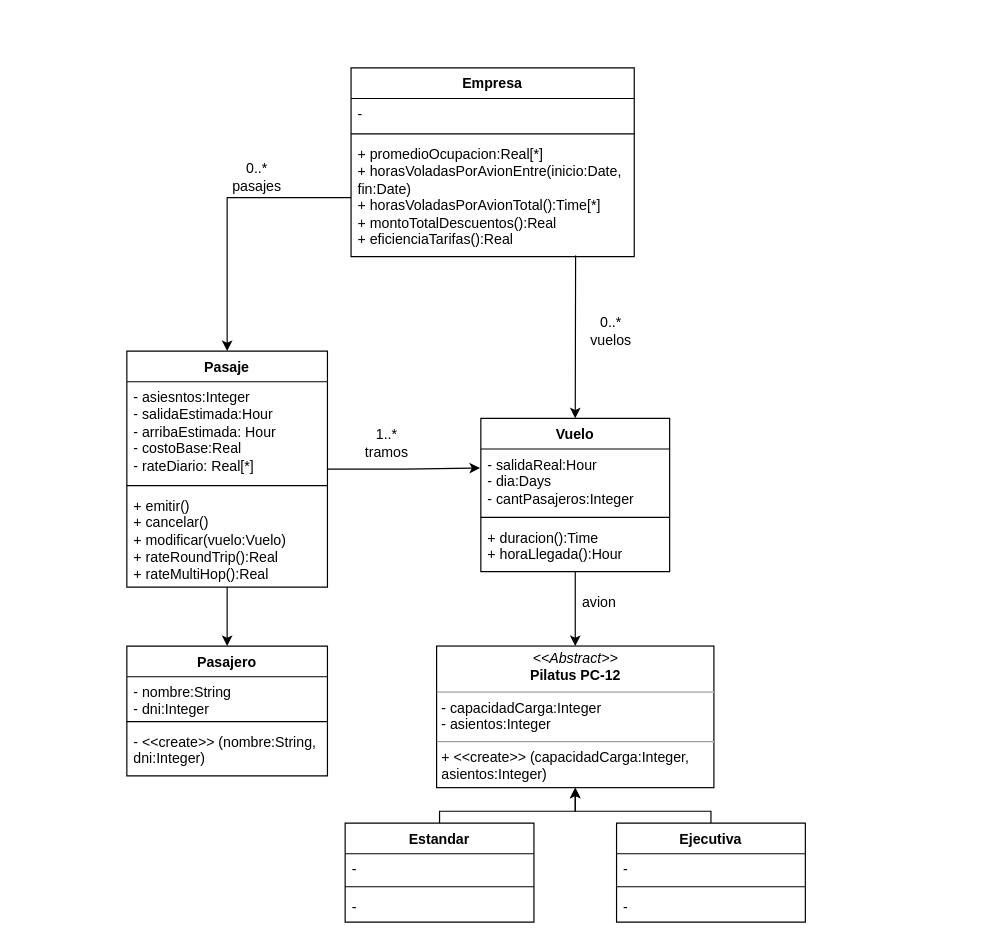
This is page "A" (1 of 3) of Patrones/Ejercicio23/Aerolínea Regional.drawio from Ruyy7/OO2, a draw.io file, before an edit. Source tidied: cells renumbered, new cells numbered last; positions are measured from the earlier drawing's top-left corner, leaving out a move shared by most shapes. Both pictures are drawn from the tidied source at 118%, with x=0, y=0 at pixel (126, 67).
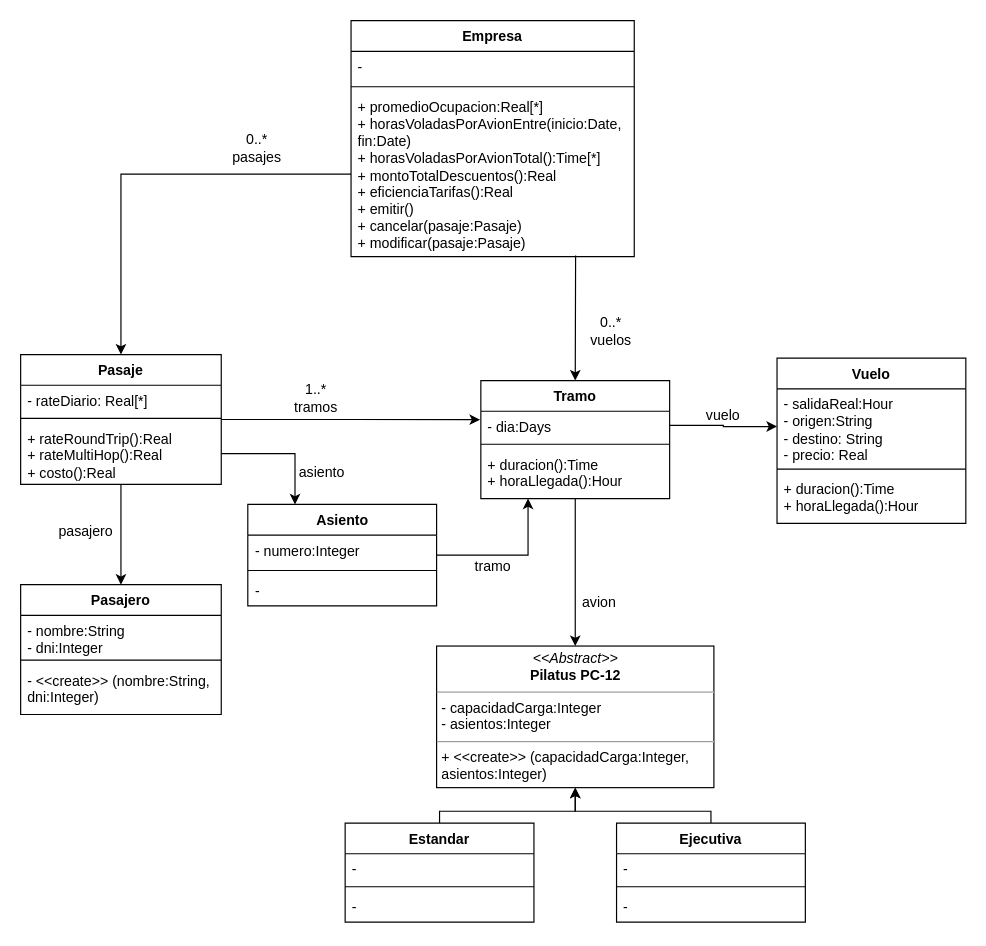
The same diagram, later.

What changed in the source:
```diff
@@
     <mxCell id="2" value="Pasajero" style="swimlane;fontStyle=1;align=center;verticalAlign=top;horizontal=1;startSize=26;whiteSpace=wrap;html=1;" parent="1" vertex="1">
-      <mxGeometry y="490" width="170" height="110" as="geometry" />
+      <mxGeometry x="-90" y="438" width="170" height="110" as="geometry" />
     </mxCell>
@@
     <mxCell id="7" value="Pasaje" style="swimlane;fontStyle=1;align=center;verticalAlign=top;horizontal=1;startSize=26;whiteSpace=wrap;html=1;" parent="1" vertex="1">
-      <mxGeometry y="240" width="170" height="200" as="geometry" />
+      <mxGeometry x="-90" y="243" width="170" height="110" as="geometry" />
     </mxCell>
-    <mxCell id="8" value="- asiesntos:Integer&lt;br&gt;- salidaEstimada:Hour&lt;br&gt;- arribaEstimada: Hour&lt;br&gt;- costoBase:Real&lt;br&gt;- rateDiario: Real[*]" style="text;strokeColor=none;fillColor=none;align=left;verticalAlign=top;spacingLeft=4;spacingRight=4;overflow=hidden;whiteSpace=wrap;html=1;" parent="7" vertex="1">
-      <mxGeometry y="26" width="170" height="84" as="geometry" />
+    <mxCell id="8" value="- rateDiario: Real[*]" style="text;strokeColor=none;fillColor=none;align=left;verticalAlign=top;spacingLeft=4;spacingRight=4;overflow=hidden;whiteSpace=wrap;html=1;" parent="7" vertex="1">
+      <mxGeometry y="26" width="170" height="24" as="geometry" />
     </mxCell>
     <mxCell id="9" style="line;strokeWidth=1;fillColor=none;align=left;verticalAlign=middle;spacingTop=-1;spacingLeft=3;spacingRight=3;labelPosition=right;strokeColor=inherit;" parent="7" vertex="1">
-      <mxGeometry y="110" width="170" height="8" as="geometry" />
+      <mxGeometry y="50" width="170" height="8" as="geometry" />
     </mxCell>
-    <mxCell id="10" value="+ emitir()&lt;br&gt;+ cancelar()&lt;br&gt;+ modificar(vuelo:Vuelo)&lt;br&gt;+ rateRoundTrip():Real&lt;br&gt;+ rateMultiHop():Real" style="text;strokeColor=none;fillColor=none;align=left;verticalAlign=top;spacingLeft=4;spacingRight=4;overflow=hidden;points=[[0,0.5],[1,0.5]];portConstraint=eastwest;whiteSpace=wrap;html=1;" parent="7" vertex="1">
-      <mxGeometry y="118" width="170" height="82" as="geometry" />
+    <mxCell id="10" value="+ rateRoundTrip():Real&lt;br&gt;+ rateMultiHop():Real&lt;div&gt;+ costo():Real&lt;/div&gt;" style="text;strokeColor=none;fillColor=none;align=left;verticalAlign=top;spacingLeft=4;spacingRight=4;overflow=hidden;points=[[0,0.5],[1,0.5]];portConstraint=eastwest;whiteSpace=wrap;html=1;" parent="7" vertex="1">
+      <mxGeometry y="58" width="170" height="52" as="geometry" />
     </mxCell>
@@
-    <mxCell id="12" value="Vuelo" style="swimlane;fontStyle=1;align=center;verticalAlign=top;horizontal=1;startSize=26;whiteSpace=wrap;html=1;" parent="1" vertex="1">
-      <mxGeometry x="300" y="297" width="160" height="130" as="geometry" />
+    <mxCell id="12" value="Tramo" style="swimlane;fontStyle=1;align=center;verticalAlign=top;horizontal=1;startSize=26;whiteSpace=wrap;html=1;" parent="1" vertex="1">
+      <mxGeometry x="300" y="265" width="160" height="100" as="geometry" />
     </mxCell>
-    <mxCell id="13" value="- salidaReal:Hour&lt;br&gt;- dia:Days&lt;br&gt;- cantPasajeros:Integer" style="text;strokeColor=none;fillColor=none;align=left;verticalAlign=top;spacingLeft=4;spacingRight=4;overflow=hidden;points=[[0,0.5],[1,0.5]];portConstraint=eastwest;whiteSpace=wrap;html=1;" parent="12" vertex="1">
-      <mxGeometry y="26" width="160" height="54" as="geometry" />
+    <mxCell id="13" value="- dia:Days" style="text;strokeColor=none;fillColor=none;align=left;verticalAlign=top;spacingLeft=4;spacingRight=4;overflow=hidden;points=[[0,0.5],[1,0.5]];portConstraint=eastwest;whiteSpace=wrap;html=1;" parent="12" vertex="1">
+      <mxGeometry y="26" width="160" height="24" as="geometry" />
     </mxCell>
     <mxCell id="14" style="line;strokeWidth=1;fillColor=none;align=left;verticalAlign=middle;spacingTop=-1;spacingLeft=3;spacingRight=3;labelPosition=right;strokeColor=inherit;" parent="12" vertex="1">
-      <mxGeometry y="80" width="160" height="8" as="geometry" />
+      <mxGeometry y="50" width="160" height="8" as="geometry" />
     </mxCell>
     <mxCell id="15" value="+ duracion():Time&lt;br&gt;+ horaLlegada():Hour" style="text;strokeColor=none;fillColor=none;align=left;verticalAlign=top;spacingLeft=4;spacingRight=4;overflow=hidden;whiteSpace=wrap;html=1;" parent="12" vertex="1">
-      <mxGeometry y="88" width="160" height="42" as="geometry" />
+      <mxGeometry y="58" width="160" height="42" as="geometry" />
     </mxCell>
@@
     <mxCell id="17" value="1..*&lt;br&gt;tramos" style="text;html=1;align=center;verticalAlign=middle;strokeColor=none;fillColor=none;" parent="1" vertex="1">
-      <mxGeometry x="190" y="298" width="60" height="40" as="geometry" />
+      <mxGeometry x="130" y="260" width="60" height="40" as="geometry" />
     </mxCell>
@@
     <mxCell id="30" value="Empresa" style="swimlane;fontStyle=1;align=center;verticalAlign=top;horizontal=1;startSize=26;whiteSpace=wrap;html=1;" parent="1" vertex="1">
-      <mxGeometry x="190" width="240" height="160" as="geometry" />
+      <mxGeometry x="190" y="-40" width="240" height="200" as="geometry" />
     </mxCell>
@@
-    <mxCell id="33" value="+ promedioOcupacion:Real[*]&lt;br&gt;+ horasVoladasPorAvionEntre(inicio:Date, fin:Date)&lt;br&gt;+ horasVoladasPorAvionTotal():Time[*]&lt;br&gt;+ montoTotalDescuentos():Real&lt;br&gt;+ eficienciaTarifas():Real" style="text;strokeColor=none;fillColor=none;align=left;verticalAlign=top;spacingLeft=4;spacingRight=4;overflow=hidden;points=[[0,0.5],[1,0.5]];portConstraint=eastwest;whiteSpace=wrap;html=1;" parent="30" vertex="1">
-      <mxGeometry y="60" width="240" height="100" as="geometry" />
+    <mxCell id="33" value="+ promedioOcupacion:Real[*]&lt;br&gt;+ horasVoladasPorAvionEntre(inicio:Date, fin:Date)&lt;br&gt;+ horasVoladasPorAvionTotal():Time[*]&lt;br&gt;+ montoTotalDescuentos():Real&lt;br&gt;+ eficienciaTarifas():Real&lt;div&gt;+ emitir()&lt;br&gt;+ cancelar(pasaje:Pasaje)&lt;br&gt;+ modificar(pasaje:Pasaje)&lt;br&gt;&lt;/div&gt;" style="text;strokeColor=none;fillColor=none;align=left;verticalAlign=top;spacingLeft=4;spacingRight=4;overflow=hidden;points=[[0,0.5],[1,0.5]];portConstraint=eastwest;whiteSpace=wrap;html=1;" parent="30" vertex="1">
+      <mxGeometry y="60" width="240" height="140" as="geometry" />
     </mxCell>
@@
     <mxCell id="37" value="0..*&lt;br&gt;pasajes" style="text;html=1;align=center;verticalAlign=middle;strokeColor=none;fillColor=none;" parent="1" vertex="1">
-      <mxGeometry x="80" y="73" width="60" height="40" as="geometry" />
+      <mxGeometry x="80" y="48" width="60" height="40" as="geometry" />
     </mxCell>
+    <mxCell id="38" value="Vuelo" style="swimlane;fontStyle=1;align=center;verticalAlign=top;horizontal=1;startSize=26;whiteSpace=wrap;html=1;" parent="1" vertex="1">
+      <mxGeometry x="551" y="246" width="160" height="140" as="geometry" />
+    </mxCell>
+    <mxCell id="39" value="- salidaReal:Hour&lt;br&gt;&lt;div&gt;- origen:String&lt;/div&gt;&lt;div&gt;- destino: String&lt;/div&gt;&lt;div&gt;- precio: Real&lt;/div&gt;" style="text;strokeColor=none;fillColor=none;align=left;verticalAlign=top;spacingLeft=4;spacingRight=4;overflow=hidden;points=[[0,0.5],[1,0.5]];portConstraint=eastwest;whiteSpace=wrap;html=1;" parent="38" vertex="1">
+      <mxGeometry y="26" width="160" height="64" as="geometry" />
+    </mxCell>
+    <mxCell id="40" style="line;strokeWidth=1;fillColor=none;align=left;verticalAlign=middle;spacingTop=-1;spacingLeft=3;spacingRight=3;labelPosition=right;strokeColor=inherit;" parent="38" vertex="1">
+      <mxGeometry y="90" width="160" height="8" as="geometry" />
+    </mxCell>
+    <mxCell id="41" value="+ duracion():Time&lt;br&gt;+ horaLlegada():Hour" style="text;strokeColor=none;fillColor=none;align=left;verticalAlign=top;spacingLeft=4;spacingRight=4;overflow=hidden;whiteSpace=wrap;html=1;" parent="38" vertex="1">
+      <mxGeometry y="98" width="160" height="42" as="geometry" />
+    </mxCell>
+    <mxCell id="42" style="edgeStyle=orthogonalEdgeStyle;rounded=0;jettySize=auto;html=1;entryX=0;entryY=0.5;entryDx=0;entryDy=0;" parent="1" edge="1" source="13" target="39">
+      <mxGeometry relative="1" as="geometry" />
+    </mxCell>
+    <mxCell id="43" style="edgeStyle=orthogonalEdgeStyle;rounded=0;jettySize=auto;html=1;entryX=0.25;entryY=1;entryDx=0;entryDy=0;" parent="1" edge="1" source="44" target="12">
+      <mxGeometry relative="1" as="geometry" />
+    </mxCell>
+    <mxCell id="44" value="Asiento" style="swimlane;fontStyle=1;align=center;verticalAlign=top;horizontal=1;startSize=26;whiteSpace=wrap;html=1;" parent="1" vertex="1">
+      <mxGeometry x="102.5" y="370" width="160" height="86" as="geometry" />
+    </mxCell>
+    <mxCell id="45" value="- numero:Integer" style="text;strokeColor=none;fillColor=none;align=left;verticalAlign=top;spacingLeft=4;spacingRight=4;overflow=hidden;whiteSpace=wrap;html=1;" parent="44" vertex="1">
+      <mxGeometry y="26" width="160" height="26" as="geometry" />
+    </mxCell>
+    <mxCell id="46" style="line;strokeWidth=1;fillColor=none;align=left;verticalAlign=middle;spacingTop=-1;spacingLeft=3;spacingRight=3;labelPosition=right;strokeColor=inherit;" parent="44" vertex="1">
+      <mxGeometry y="52" width="160" height="8" as="geometry" />
+    </mxCell>
+    <mxCell id="47" value="-" style="text;strokeColor=none;fillColor=none;align=left;verticalAlign=top;spacingLeft=4;spacingRight=4;overflow=hidden;whiteSpace=wrap;html=1;" parent="44" vertex="1">
+      <mxGeometry y="60" width="160" height="26" as="geometry" />
+    </mxCell>
+    <mxCell id="48" style="edgeStyle=orthogonalEdgeStyle;rounded=0;jettySize=auto;html=1;entryX=0.25;entryY=0;entryDx=0;entryDy=0;" parent="1" edge="1" source="10" target="44">
+      <mxGeometry relative="1" as="geometry" />
+    </mxCell>
+    <mxCell id="49" value="asiento" style="text;html=1;align=center;verticalAlign=middle;strokeColor=none;fillColor=none;" parent="1" vertex="1">
+      <mxGeometry x="135" y="328" width="60" height="30" as="geometry" />
+    </mxCell>
+    <mxCell id="50" value="tramo" style="text;html=1;align=center;verticalAlign=middle;strokeColor=none;fillColor=none;" parent="1" vertex="1">
+      <mxGeometry x="285" y="408" width="50" height="30" as="geometry" />
+    </mxCell>
+    <mxCell id="51" value="vuelo" style="text;html=1;align=center;verticalAlign=middle;strokeColor=none;fillColor=none;" parent="1" vertex="1">
+      <mxGeometry x="480" y="280" width="50" height="30" as="geometry" />
+    </mxCell>
+    <mxCell id="52" value="pasajero" style="text;html=1;align=center;verticalAlign=middle;strokeColor=none;fillColor=none;" parent="1" vertex="1">
+      <mxGeometry x="-70" y="378" width="70" height="30" as="geometry" />
+    </mxCell>
```
